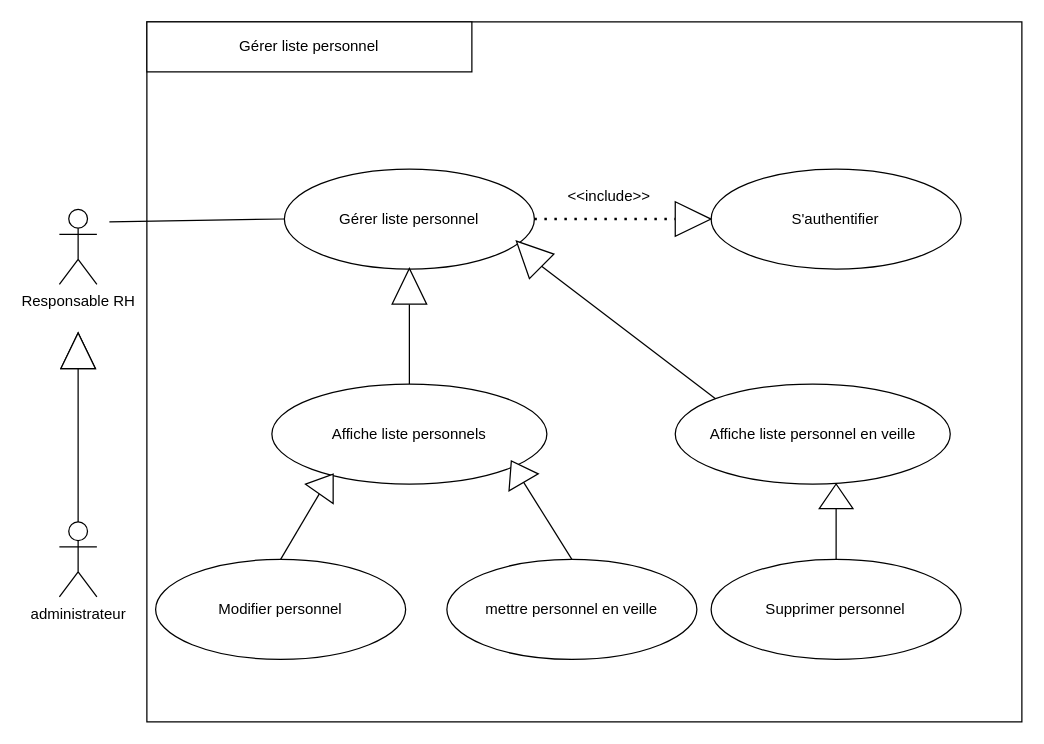
AbdelazizBs/GPAO-SpringApp keeps this draw.io diagram as cuGéreRessourcesHumaine.drawio. Above is the earlier version. Source tidied: cells renumbered, new cells numbered last; positions are measured from the earlier drawing's top-left corner, leaving out a move shared by most shapes. Both pictures are drawn from the tidied source at 125%, with x=0, y=0 at pixel (59, 21).
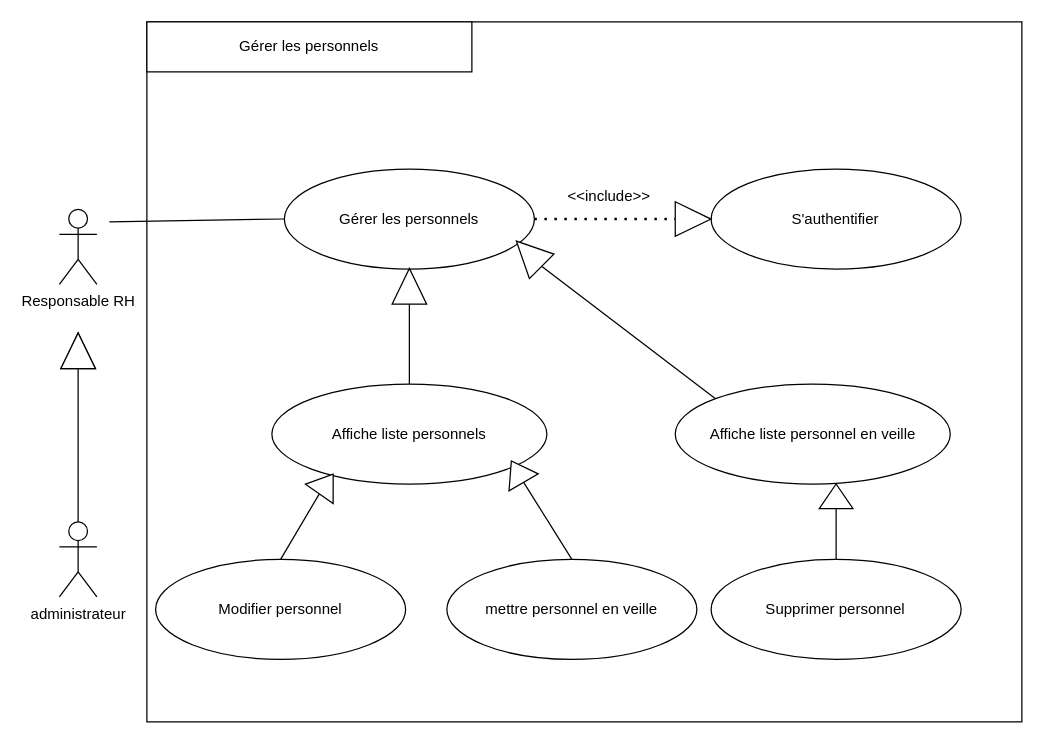
After the change.

Commit message (it also covers changes not shown here):
Mettre à jour cuGéreRessourcesHumaine.drawio

The edit, as a diff of the source:
```diff
@@
-    <mxCell id="5" value="Gérer liste personnel" style="ellipse;whiteSpace=wrap;html=1;" parent="1" vertex="1">
+    <mxCell id="5" value="Gérer les personnels" style="ellipse;whiteSpace=wrap;html=1;" parent="1" vertex="1">
       <mxGeometry x="180" y="117.7" width="200" height="80" as="geometry" />
     </mxCell>
@@
-    <mxCell id="18" value="Gérer liste personnel" style="rounded=0;whiteSpace=wrap;html=1;" parent="1" vertex="1">
+    <mxCell id="18" value="Gérer les personnels" style="rounded=0;whiteSpace=wrap;html=1;" parent="1" vertex="1">
       <mxGeometry x="70" width="260" height="40" as="geometry" />
     </mxCell>
```
